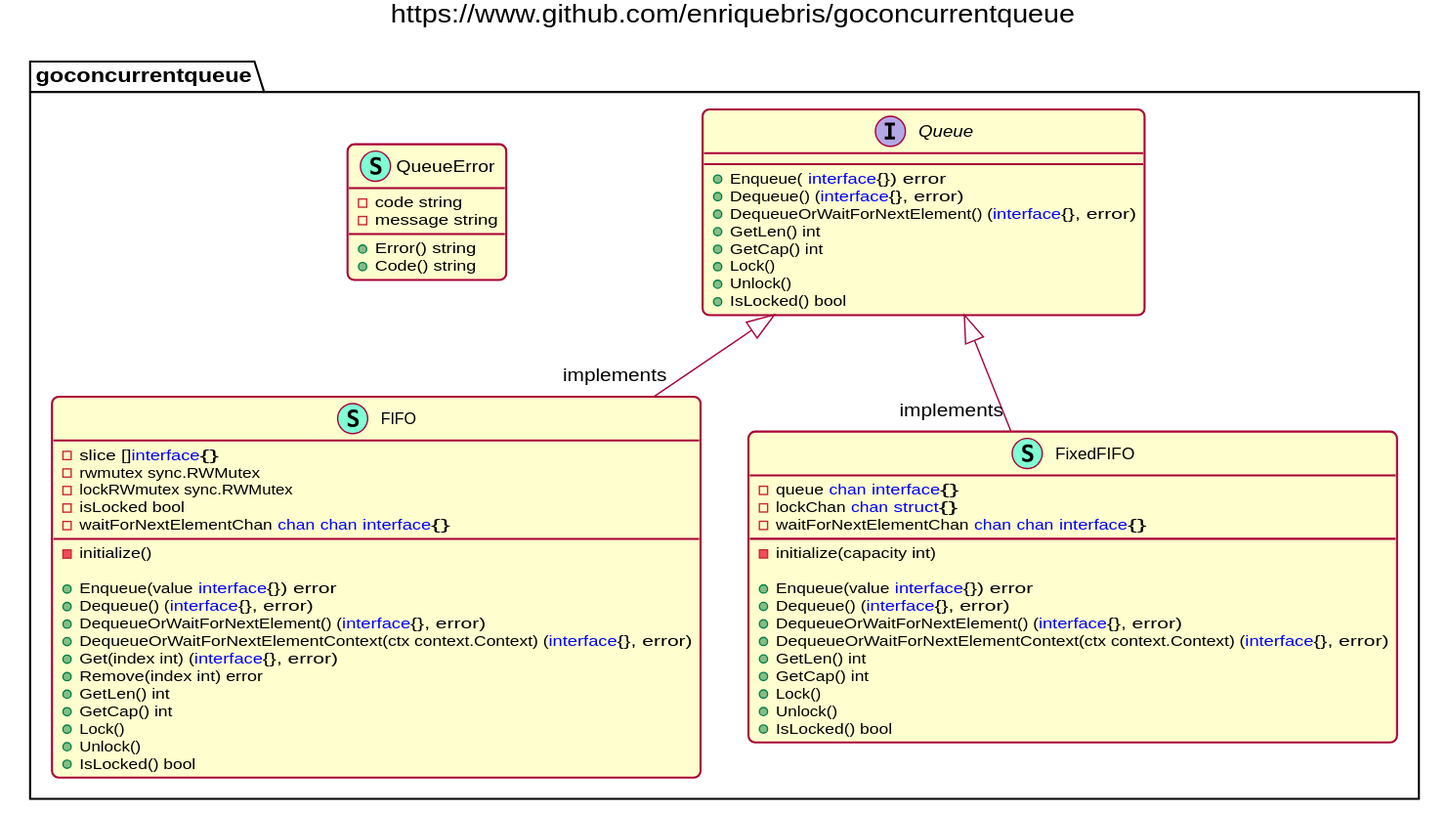
enriquebris/goconcurrentqueue keeps this PlantUML diagram as web/class-diagram.svg. Above is the earlier version. The source it was exported from:
```plantuml
@startuml
skinparamlocked shadowing false
skinparamlocked roundCorner 10
title https://www.github.com/enriquebris/goconcurrentqueue
namespace goconcurrentqueue {
    class FIFO << (S,Aquamarine) >> {
        - slice []<font color=blue>interface</font>{}
        - rwmutex sync.RWMutex
        - lockRWmutex sync.RWMutex
        - isLocked bool
        - waitForNextElementChan <font color=blue>chan</font> <font color=blue>chan</font> <font color=blue>interface</font>{}

        - initialize()

        + Enqueue(value <font color=blue>interface</font>{}) error
        + Dequeue() (<font color=blue>interface</font>{}, error)
        + DequeueOrWaitForNextElement() (<font color=blue>interface</font>{}, error)
        + DequeueOrWaitForNextElementContext(ctx context.Context) (<font color=blue>interface</font>{}, error)
        + Get(index int) (<font color=blue>interface</font>{}, error)
        + Remove(index int) error
        + GetLen() int
        + GetCap() int
        + Lock()
        + Unlock()
        + IsLocked() bool

    }
    class FixedFIFO << (S,Aquamarine) >> {
        - queue <font color=blue>chan</font> <font color=blue>interface</font>{}
        - lockChan <font color=blue>chan</font> <font color=blue>struct</font>{}
        - waitForNextElementChan <font color=blue>chan</font> <font color=blue>chan</font> <font color=blue>interface</font>{}

        - initialize(capacity int)

        + Enqueue(value <font color=blue>interface</font>{}) error
        + Dequeue() (<font color=blue>interface</font>{}, error)
        + DequeueOrWaitForNextElement() (<font color=blue>interface</font>{}, error)
        + DequeueOrWaitForNextElementContext(ctx context.Context) (<font color=blue>interface</font>{}, error)
        + GetLen() int
        + GetCap() int
        + Lock()
        + Unlock()
        + IsLocked() bool

    }
    interface Queue  {
        + Enqueue( <font color=blue>interface</font>{}) error
        + Dequeue() (<font color=blue>interface</font>{}, error)
        + DequeueOrWaitForNextElement() (<font color=blue>interface</font>{}, error)
        + GetLen() int
        + GetCap() int
        + Lock()
        + Unlock()
        + IsLocked() bool

    }
    class QueueError << (S,Aquamarine) >> {
        - code string
        - message string

        + Error() string
        + Code() string

    }
}

"goconcurrentqueue.Queue" <|-- "implements""goconcurrentqueue.FIFO"
"goconcurrentqueue.Queue" <|-- "implements""goconcurrentqueue.FixedFIFO"


@enduml
```
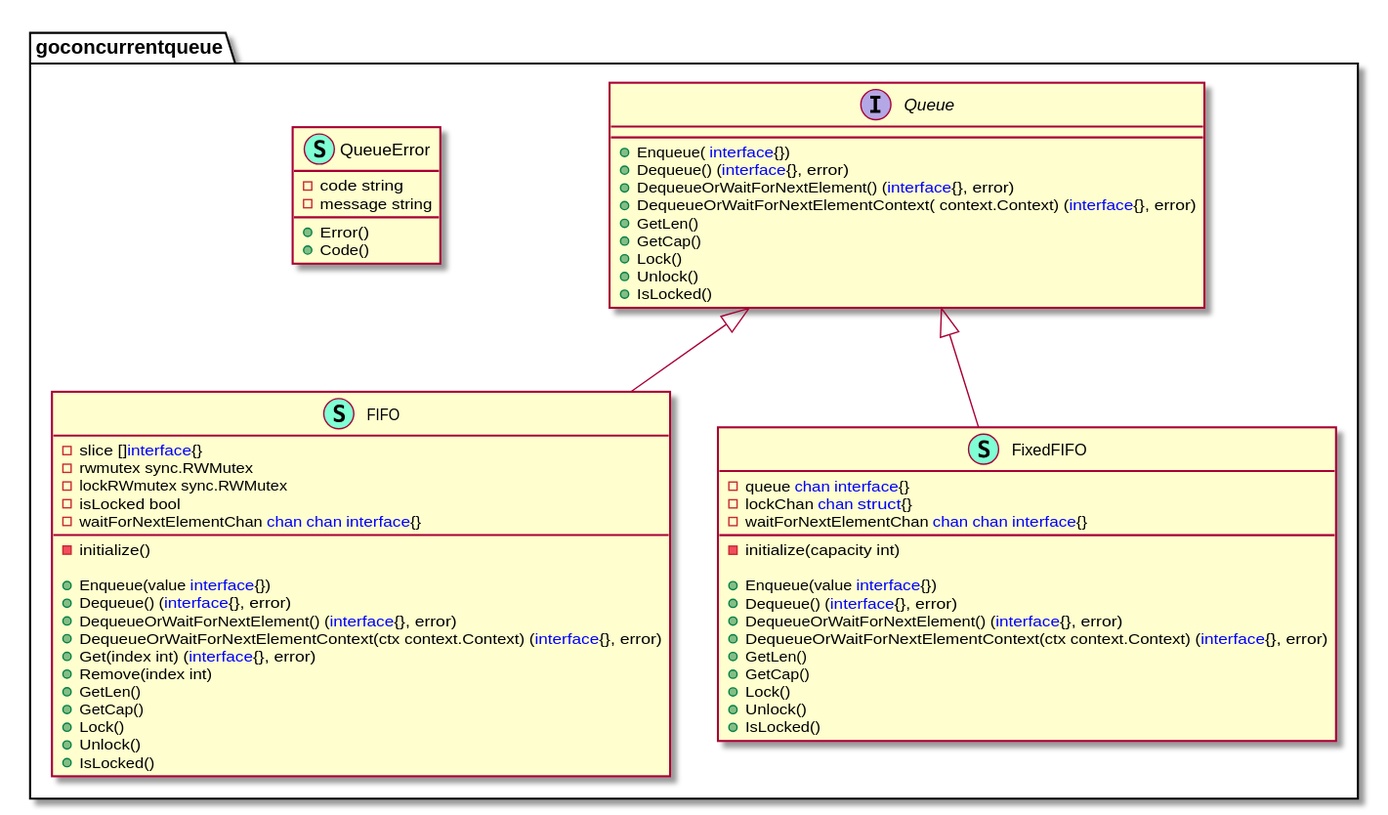
Later version of the same file.

Diff of the diagram source:
```diff
@@ -1,7 +1,4 @@
 @startuml
-skinparamlocked shadowing false
-skinparamlocked roundCorner 10
-title https://www.github.com/enriquebris/goconcurrentqueue
 namespace goconcurrentqueue {
     class FIFO << (S,Aquamarine) >> {
         - slice []<font color=blue>interface</font>{}
@@ -12,17 +9,29 @@
 
         - initialize()
 
-        + Enqueue(value <font color=blue>interface</font>{}) error
+        + Enqueue(value <font color=blue>interface</font>{})
         + Dequeue() (<font color=blue>interface</font>{}, error)
         + DequeueOrWaitForNextElement() (<font color=blue>interface</font>{}, error)
         + DequeueOrWaitForNextElementContext(ctx context.Context) (<font color=blue>interface</font>{}, error)
         + Get(index int) (<font color=blue>interface</font>{}, error)
-        + Remove(index int) error
-        + GetLen() int
-        + GetCap() int
+        + Remove(index int)
+        + GetLen()
+        + GetCap()
         + Lock()
         + Unlock()
-        + IsLocked() bool
+        + IsLocked()
+
+    }
+    interface Queue  {
+        + Enqueue( <font color=blue>interface</font>{})
+        + Dequeue() (<font color=blue>interface</font>{}, error)
+        + DequeueOrWaitForNextElement() (<font color=blue>interface</font>{}, error)
+        + DequeueOrWaitForNextElementContext( context.Context) (<font color=blue>interface</font>{}, error)
+        + GetLen()
+        + GetCap()
+        + Lock()
+        + Unlock()
+        + IsLocked()
 
     }
     class FixedFIFO << (S,Aquamarine) >> {
@@ -32,40 +41,28 @@
 
         - initialize(capacity int)
 
-        + Enqueue(value <font color=blue>interface</font>{}) error
+        + Enqueue(value <font color=blue>interface</font>{})
         + Dequeue() (<font color=blue>interface</font>{}, error)
         + DequeueOrWaitForNextElement() (<font color=blue>interface</font>{}, error)
         + DequeueOrWaitForNextElementContext(ctx context.Context) (<font color=blue>interface</font>{}, error)
-        + GetLen() int
-        + GetCap() int
+        + GetLen()
+        + GetCap()
         + Lock()
         + Unlock()
-        + IsLocked() bool
-
-    }
-    interface Queue  {
-        + Enqueue( <font color=blue>interface</font>{}) error
-        + Dequeue() (<font color=blue>interface</font>{}, error)
-        + DequeueOrWaitForNextElement() (<font color=blue>interface</font>{}, error)
-        + GetLen() int
-        + GetCap() int
-        + Lock()
-        + Unlock()
-        + IsLocked() bool
+        + IsLocked()
 
     }
     class QueueError << (S,Aquamarine) >> {
         - code string
         - message string
 
-        + Error() string
-        + Code() string
+        + Error()
+        + Code()
 
     }
 }
 
-"goconcurrentqueue.Queue" <|-- "implements""goconcurrentqueue.FIFO"
-"goconcurrentqueue.Queue" <|-- "implements""goconcurrentqueue.FixedFIFO"
-
+goconcurrentqueue.Queue <|-- goconcurrentqueue.FIFO
+goconcurrentqueue.Queue <|-- goconcurrentqueue.FixedFIFO
 
 @enduml
```
